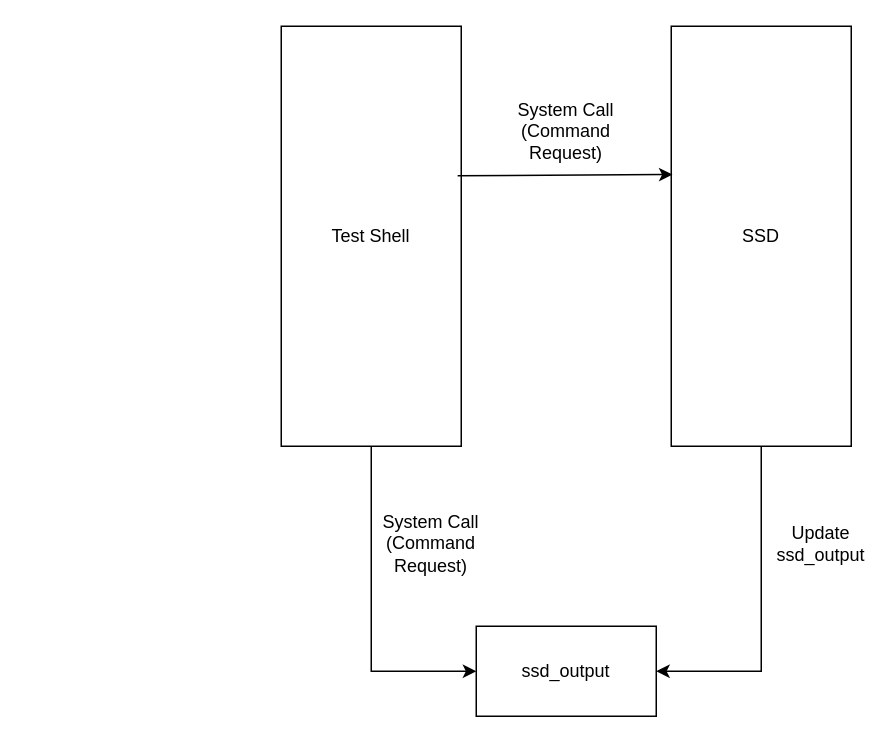
Before: 제목 없는 다이어그램.drawio in shin-son/temp1234, a draw.io diagram. Source tidied: cells renumbered, new cells numbered last; positions are measured from the earlier drawing's top-left corner, leaving out a move shared by most shapes. Both pictures are drawn from the tidied source at 150%, with x=0, y=0 at pixel (280, 26).
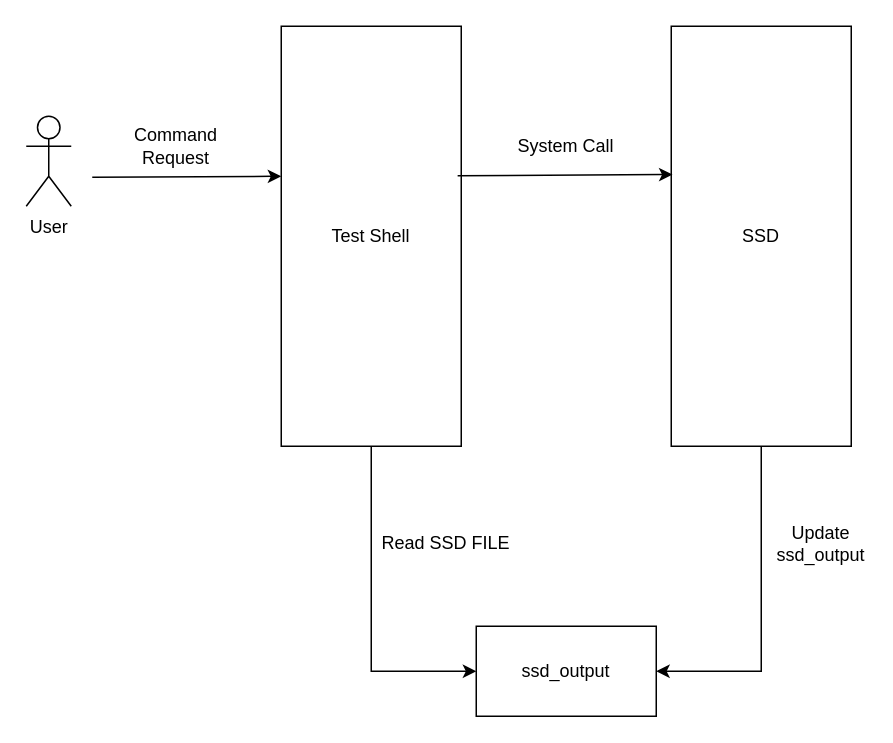
Above is the later version.

Commit message:
context_diagram

Change to the diagram source:
```diff
@@
 <mxGraphModel>
   <root>
     <mxCell id="0" />
     <mxCell id="1" parent="0" />
     <mxCell id="2" value="Test Shell" style="rounded=0;whiteSpace=wrap;html=1;" parent="1" vertex="1">
       <mxGeometry width="120" height="280" as="geometry" />
     </mxCell>
     <mxCell id="3" value="SSD" style="rounded=0;whiteSpace=wrap;html=1;" parent="1" vertex="1">
       <mxGeometry x="260" width="120" height="280" as="geometry" />
     </mxCell>
     <mxCell id="4" style="endArrow=classic;html=1;rounded=0;exitX=0.98;exitY=0.356;exitDx=0;exitDy=0;exitPerimeter=0;entryX=0.007;entryY=0.353;entryDx=0;entryDy=0;entryPerimeter=0;" parent="1" edge="1" source="2" target="3">
       <mxGeometry relative="1" as="geometry" />
     </mxCell>
-    <mxCell id="5" value="System Call (Command Request)" style="text;html=1;align=center;verticalAlign=middle;whiteSpace=wrap;rounded=0;" parent="1" vertex="1">
-      <mxGeometry x="140" y="40" width="100" height="60" as="geometry" />
+    <mxCell id="5" value="System Call" style="text;html=1;align=center;verticalAlign=middle;whiteSpace=wrap;rounded=0;" parent="1" vertex="1">
+      <mxGeometry x="140" y="50" width="100" height="60" as="geometry" />
     </mxCell>
     <mxCell id="6" value="ssd_output" style="rounded=0;whiteSpace=wrap;html=1;" parent="1" vertex="1">
       <mxGeometry x="130" y="400" width="120" height="60" as="geometry" />
     </mxCell>
     <mxCell id="7" style="endArrow=classic;html=1;rounded=0;exitX=0.5;exitY=1;exitDx=0;exitDy=0;entryX=1;entryY=0.5;entryDx=0;entryDy=0;" parent="1" edge="1" source="3" target="6">
       <mxGeometry relative="1" as="geometry">
         <Array as="points">
           <mxPoint x="320" y="430" />
         </Array>
       </mxGeometry>
     </mxCell>
     <mxCell id="8" style="endArrow=classic;html=1;rounded=0;exitX=0.5;exitY=1;exitDx=0;exitDy=0;entryX=0;entryY=0.5;entryDx=0;entryDy=0;" parent="1" edge="1" source="2" target="6">
       <mxGeometry relative="1" as="geometry">
         <Array as="points">
           <mxPoint x="60" y="430" />
           <mxPoint x="90" y="430" />
         </Array>
       </mxGeometry>
     </mxCell>
     <mxCell id="9" value="Update ssd_output" style="text;html=1;align=center;verticalAlign=middle;whiteSpace=wrap;rounded=0;" parent="1" vertex="1">
       <mxGeometry x="330" y="330" width="60" height="30" as="geometry" />
     </mxCell>
-    <mxCell id="10" value="System Call (Command Request)" style="text;html=1;align=center;verticalAlign=middle;whiteSpace=wrap;rounded=0;" parent="1" vertex="1">
-      <mxGeometry x="50" y="315" width="100" height="60" as="geometry" />
+    <mxCell id="10" value="Read SSD FILE" style="text;html=1;align=center;verticalAlign=middle;whiteSpace=wrap;rounded=0;" parent="1" vertex="1">
+      <mxGeometry x="60" y="315" width="100" height="60" as="geometry" />
     </mxCell>
+    <mxCell id="11" value="User" style="shape=umlActor;verticalLabelPosition=bottom;verticalAlign=top;html=1;" parent="1" vertex="1">
+      <mxGeometry x="-170" y="60" width="30" height="60" as="geometry" />
+    </mxCell>
+    <mxCell id="12" style="endArrow=classic;html=1;rounded=0;entryX=-0.033;entryY=0.319;entryDx=0;entryDy=0;entryPerimeter=0;" parent="1" edge="1">
+      <mxGeometry relative="1" as="geometry">
+        <mxPoint x="-126" y="100.7" as="sourcePoint" />
+        <mxPoint y="100" as="targetPoint" />
+      </mxGeometry>
+    </mxCell>
+    <mxCell id="13" value="Command Request" style="text;html=1;align=center;verticalAlign=middle;whiteSpace=wrap;rounded=0;" parent="1" vertex="1">
+      <mxGeometry x="-120" y="50" width="100" height="60" as="geometry" />
+    </mxCell>
   </root>
 </mxGraphModel>
```
